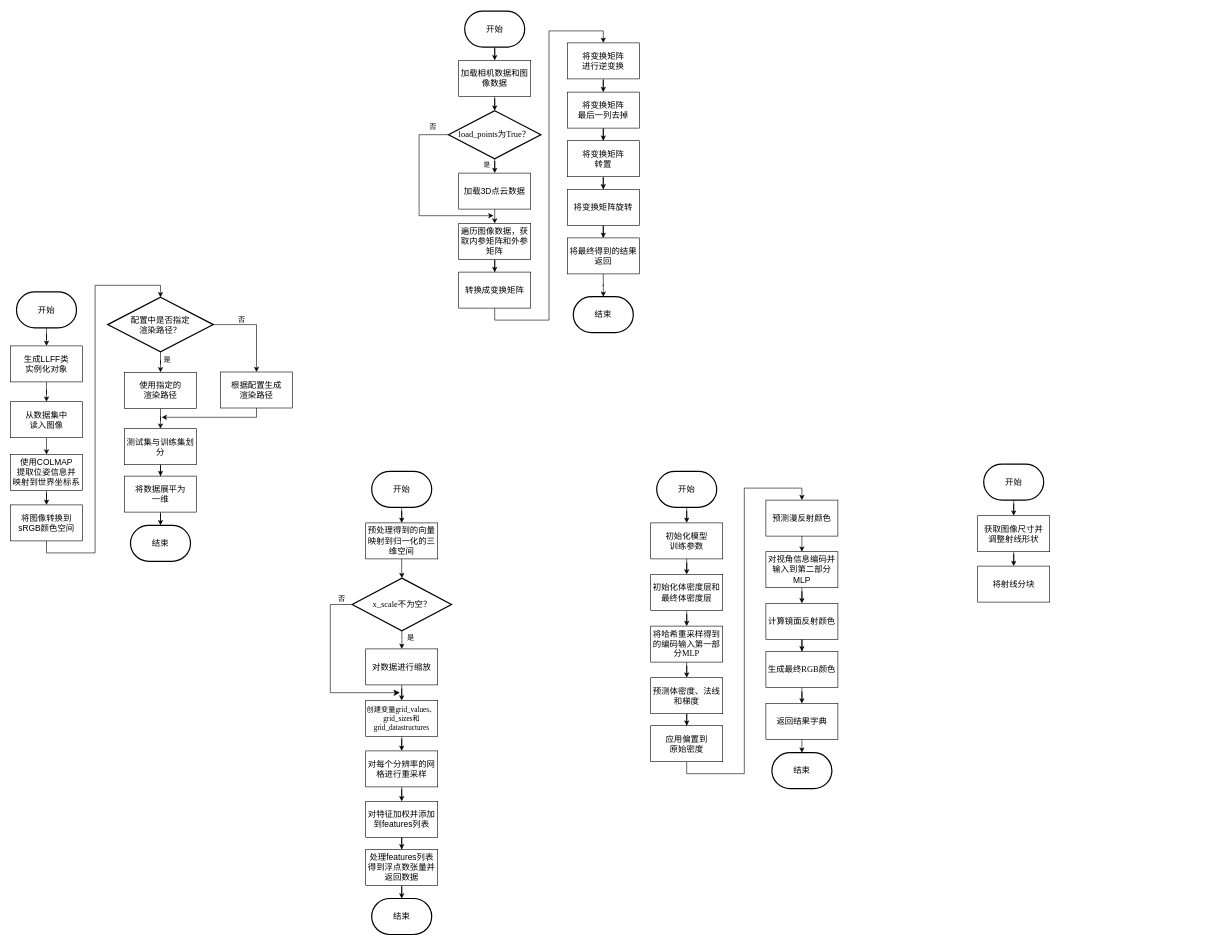
Before: page "流程图" (6 of 6) of drawIO/毕设.drawio in Flycan-Fanc/resources, a draw.io diagram. Source tidied: cells renumbered, new cells numbered last; positions are measured from the earlier drawing's top-left corner, leaving out a move shared by most shapes. Both pictures are drawn from the tidied source at 60%, with x=0, y=0 at pixel (10, 11).
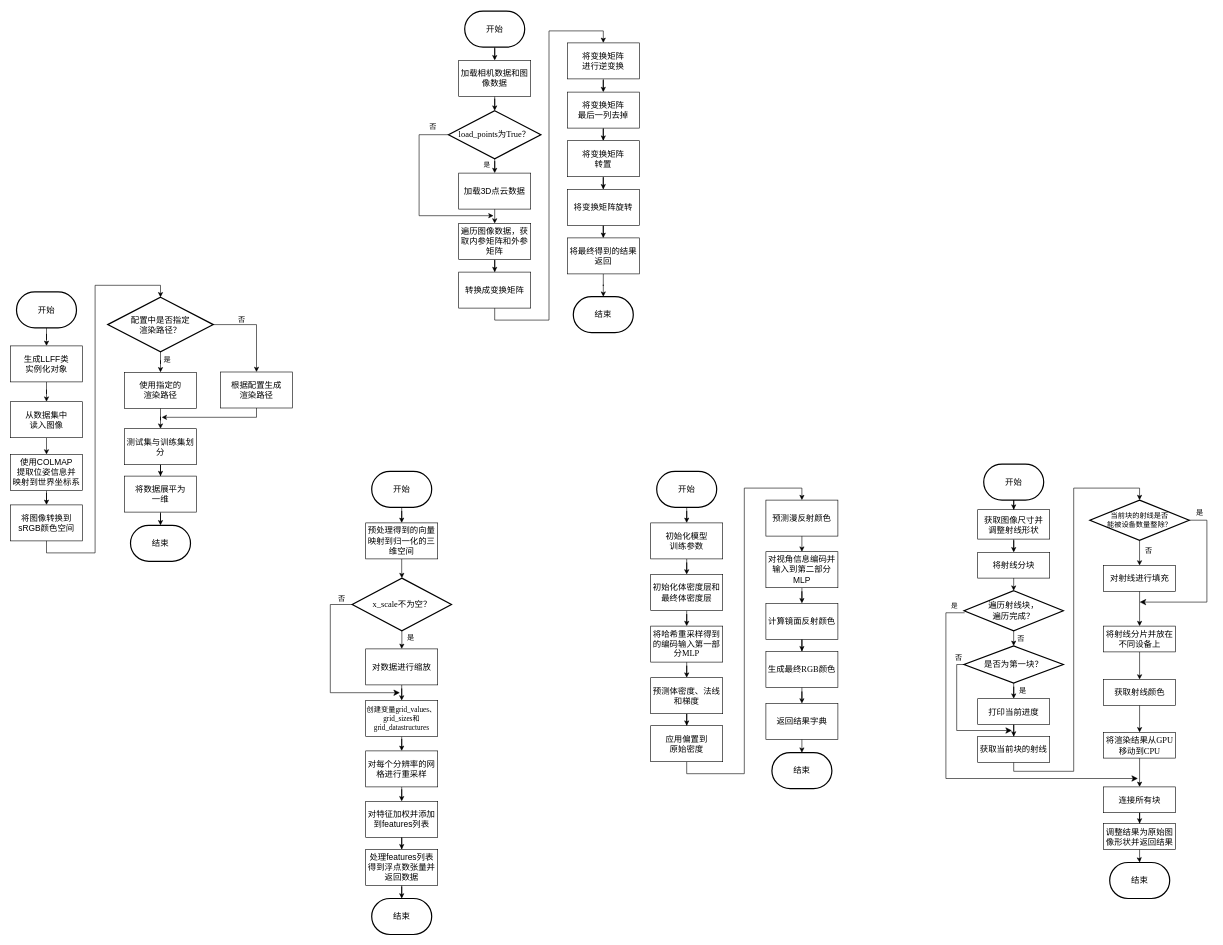
The same diagram, later.

The edit, as a diff of the source:
```diff
@@
     <mxCell id="98" value="&lt;font face=&quot;宋体&quot;&gt;&lt;span style=&quot;font-size: 14px;&quot;&gt;获取图像尺寸并&lt;/span&gt;&lt;/font&gt;&lt;div&gt;&lt;span style=&quot;font-size: 14px; font-family: 宋体; background-color: initial;&quot;&gt;调整射线形状&lt;/span&gt;&lt;/div&gt;" style="rounded=0;whiteSpace=wrap;html=1;" parent="1" vertex="1">
-      <mxGeometry x="1612" y="841" width="120" height="60" as="geometry" />
+      <mxGeometry x="1612" y="831" width="120" height="49" as="geometry" />
     </mxCell>
     <mxCell id="99" value="&lt;font face=&quot;宋体&quot;&gt;&lt;span style=&quot;font-size: 14px;&quot;&gt;将射线分块&lt;/span&gt;&lt;/font&gt;" style="rounded=0;whiteSpace=wrap;html=1;" parent="1" vertex="1">
-      <mxGeometry x="1612" y="925" width="120" height="60" as="geometry" />
+      <mxGeometry x="1612" y="902" width="120" height="43" as="geometry" />
     </mxCell>
+    <mxCell id="100" value="&lt;font face=&quot;Times New Roman&quot; style=&quot;font-size: 14px;&quot;&gt;遍历射线块，&lt;/font&gt;&lt;div&gt;&lt;font face=&quot;Times New Roman&quot; style=&quot;font-size: 14px;&quot;&gt;遍历完成？&lt;/font&gt;&lt;/div&gt;" style="strokeWidth=2;html=1;shape=mxgraph.flowchart.decision;whiteSpace=wrap;" parent="1" vertex="1">
+      <mxGeometry x="1589.2" y="966" width="165.5" height="67" as="geometry" />
+    </mxCell>
+    <mxCell id="101" style="edgeStyle=orthogonalEdgeStyle;rounded=0;jettySize=auto;html=1;exitX=0.5;exitY=1;exitDx=0;exitDy=0;entryX=0.5;entryY=0;entryDx=0;entryDy=0;entryPerimeter=0;" parent="1" edge="1" source="99" target="100">
+      <mxGeometry relative="1" as="geometry" />
+    </mxCell>
+    <mxCell id="102" style="edgeStyle=orthogonalEdgeStyle;rounded=0;jettySize=auto;html=1;exitX=0.5;exitY=1;exitDx=0;exitDy=0;exitPerimeter=0;" parent="1" edge="1" source="103" target="107">
+      <mxGeometry relative="1" as="geometry" />
+    </mxCell>
+    <mxCell id="103" value="&lt;font face=&quot;Times New Roman&quot;&gt;&lt;span style=&quot;font-size: 14px;&quot;&gt;是否为第一块？&lt;/span&gt;&lt;/font&gt;" style="strokeWidth=2;html=1;shape=mxgraph.flowchart.decision;whiteSpace=wrap;" parent="1" vertex="1">
+      <mxGeometry x="1589.2" y="1058" width="165.5" height="62" as="geometry" />
+    </mxCell>
+    <mxCell id="104" style="edgeStyle=orthogonalEdgeStyle;rounded=0;jettySize=auto;html=1;exitX=0.5;exitY=1;exitDx=0;exitDy=0;exitPerimeter=0;entryX=0.5;entryY=0;entryDx=0;entryDy=0;entryPerimeter=0;" parent="1" edge="1" source="100" target="103">
+      <mxGeometry relative="1" as="geometry" />
+    </mxCell>
+    <mxCell id="105" value="否" style="text;html=1;align=center;verticalAlign=middle;strokeColor=none;fillColor=none;" parent="1" vertex="1">
+      <mxGeometry x="1669" y="1033" width="30" height="26" as="geometry" />
+    </mxCell>
+    <mxCell id="106" style="edgeStyle=orthogonalEdgeStyle;rounded=0;jettySize=auto;html=1;exitX=0.5;exitY=1;exitDx=0;exitDy=0;" parent="1" edge="1" source="107" target="110">
+      <mxGeometry relative="1" as="geometry" />
+    </mxCell>
+    <mxCell id="107" value="&lt;font face=&quot;宋体&quot;&gt;&lt;span style=&quot;font-size: 14px;&quot;&gt;打印当前进度&lt;/span&gt;&lt;/font&gt;" style="rounded=0;whiteSpace=wrap;html=1;" parent="1" vertex="1">
+      <mxGeometry x="1612" y="1146" width="120" height="43" as="geometry" />
+    </mxCell>
+    <mxCell id="108" value="是" style="text;html=1;align=center;verticalAlign=middle;strokeColor=none;fillColor=none;" parent="1" vertex="1">
+      <mxGeometry x="1672" y="1120" width="30" height="26" as="geometry" />
+    </mxCell>
+    <mxCell id="109" style="edgeStyle=orthogonalEdgeStyle;rounded=0;jettySize=auto;html=1;exitX=0.5;exitY=1;exitDx=0;exitDy=0;entryX=0.5;entryY=0;entryDx=0;entryDy=0;entryPerimeter=0;" parent="1" edge="1" source="110" target="114">
+      <mxGeometry relative="1" as="geometry">
+        <Array as="points">
+          <mxPoint x="1672" y="1267" />
+          <mxPoint x="1772" y="1267" />
+          <mxPoint x="1772" y="795" />
+          <mxPoint x="1882" y="795" />
+        </Array>
+      </mxGeometry>
+    </mxCell>
+    <mxCell id="110" value="&lt;font face=&quot;宋体&quot;&gt;&lt;span style=&quot;font-size: 14px;&quot;&gt;获取当前块的射线&lt;/span&gt;&lt;/font&gt;" style="rounded=0;whiteSpace=wrap;html=1;" parent="1" vertex="1">
+      <mxGeometry x="1612" y="1209" width="120" height="43" as="geometry" />
+    </mxCell>
+    <mxCell id="111" style="edgeStyle=elbowEdgeStyle;elbow=horizontal;endArrow=classic;html=1;curved=0;rounded=0;endSize=8;startSize=8;exitX=0;exitY=0.5;exitDx=0;exitDy=0;exitPerimeter=0;" parent="1" edge="1" source="103">
+      <mxGeometry relative="1" as="geometry">
+        <mxPoint x="1669" y="1199" as="targetPoint" />
+        <Array as="points">
+          <mxPoint x="1577" y="1152" />
+        </Array>
+      </mxGeometry>
+    </mxCell>
+    <mxCell id="112" value="否" style="text;html=1;align=center;verticalAlign=middle;strokeColor=none;fillColor=none;" parent="1" vertex="1">
+      <mxGeometry x="1565" y="1065" width="30" height="26" as="geometry" />
+    </mxCell>
+    <mxCell id="113" style="edgeStyle=orthogonalEdgeStyle;rounded=0;jettySize=auto;html=1;exitX=0.5;exitY=1;exitDx=0;exitDy=0;exitPerimeter=0;" parent="1" edge="1" source="114" target="116">
+      <mxGeometry relative="1" as="geometry" />
+    </mxCell>
+    <mxCell id="114" value="&lt;font style=&quot;font-size: 12px;&quot; face=&quot;Times New Roman&quot;&gt;当前块的射线是否&lt;/font&gt;&lt;div&gt;&lt;font style=&quot;font-size: 12px;&quot; face=&quot;Times New Roman&quot;&gt;能被设备数量整除？&lt;/font&gt;&lt;/div&gt;" style="strokeWidth=2;html=1;shape=mxgraph.flowchart.decision;whiteSpace=wrap;" parent="1" vertex="1">
+      <mxGeometry x="1799" y="815" width="165.5" height="67" as="geometry" />
+    </mxCell>
+    <mxCell id="115" style="edgeStyle=orthogonalEdgeStyle;rounded=0;jettySize=auto;html=1;exitX=0.5;exitY=1;exitDx=0;exitDy=0;entryX=0.5;entryY=0;entryDx=0;entryDy=0;" parent="1" edge="1" source="116" target="119">
+      <mxGeometry relative="1" as="geometry" />
+    </mxCell>
+    <mxCell id="116" value="&lt;font face=&quot;宋体&quot;&gt;&lt;span style=&quot;font-size: 14px;&quot;&gt;对射线进行填充&lt;/span&gt;&lt;/font&gt;" style="rounded=0;whiteSpace=wrap;html=1;" parent="1" vertex="1">
+      <mxGeometry x="1821.8" y="924" width="120" height="43" as="geometry" />
+    </mxCell>
+    <mxCell id="117" value="否" style="text;html=1;align=center;verticalAlign=middle;strokeColor=none;fillColor=none;" parent="1" vertex="1">
+      <mxGeometry x="1882" y="887" width="30" height="26" as="geometry" />
+    </mxCell>
+    <mxCell id="118" style="edgeStyle=orthogonalEdgeStyle;rounded=0;jettySize=auto;html=1;exitX=0.5;exitY=1;exitDx=0;exitDy=0;" parent="1" edge="1" source="119" target="121">
+      <mxGeometry relative="1" as="geometry" />
+    </mxCell>
+    <mxCell id="119" value="&lt;font face=&quot;宋体&quot;&gt;&lt;span style=&quot;font-size: 14px;&quot;&gt;将射线分片并放在不同设备上&lt;/span&gt;&lt;/font&gt;" style="rounded=0;whiteSpace=wrap;html=1;" parent="1" vertex="1">
+      <mxGeometry x="1821.8" y="1025" width="120" height="43" as="geometry" />
+    </mxCell>
+    <mxCell id="120" style="edgeStyle=orthogonalEdgeStyle;rounded=0;jettySize=auto;html=1;exitX=0.5;exitY=1;exitDx=0;exitDy=0;" parent="1" edge="1" source="121" target="123">
+      <mxGeometry relative="1" as="geometry" />
+    </mxCell>
+    <mxCell id="121" value="&lt;font face=&quot;宋体&quot;&gt;&lt;span style=&quot;font-size: 14px;&quot;&gt;获取射线颜色&lt;/span&gt;&lt;/font&gt;" style="rounded=0;whiteSpace=wrap;html=1;" parent="1" vertex="1">
+      <mxGeometry x="1821.8" y="1114" width="120" height="43" as="geometry" />
+    </mxCell>
+    <mxCell id="122" style="edgeStyle=orthogonalEdgeStyle;rounded=0;jettySize=auto;html=1;exitX=0.5;exitY=1;exitDx=0;exitDy=0;entryX=0.5;entryY=0;entryDx=0;entryDy=0;" parent="1" edge="1" source="123" target="127">
+      <mxGeometry relative="1" as="geometry" />
+    </mxCell>
+    <mxCell id="123" value="&lt;span style=&quot;font-size: 14px;&quot;&gt;&lt;font face=&quot;宋体&quot;&gt;将渲染结果从&lt;/font&gt;&lt;font face=&quot;Times New Roman&quot;&gt;GPU&lt;/font&gt;&lt;font face=&quot;宋体&quot;&gt;移动到&lt;/font&gt;&lt;font face=&quot;Times New Roman&quot;&gt;CPU&lt;/font&gt;&lt;/span&gt;" style="rounded=0;whiteSpace=wrap;html=1;" parent="1" vertex="1">
+      <mxGeometry x="1821.8" y="1202" width="120" height="43" as="geometry" />
+    </mxCell>
+    <mxCell id="124" style="edgeStyle=elbowEdgeStyle;elbow=horizontal;endArrow=classic;html=1;curved=0;rounded=0;endSize=8;startSize=8;exitX=1;exitY=0.5;exitDx=0;exitDy=0;exitPerimeter=0;" parent="1" edge="1" source="114">
+      <mxGeometry relative="1" as="geometry">
+        <mxPoint x="1882" y="985" as="targetPoint" />
+        <Array as="points">
+          <mxPoint x="1994" y="917" />
+        </Array>
+      </mxGeometry>
+    </mxCell>
+    <mxCell id="125" value="是" style="text;html=1;align=center;verticalAlign=middle;strokeColor=none;fillColor=none;" parent="1" vertex="1">
+      <mxGeometry x="1967" y="823" width="30" height="26" as="geometry" />
+    </mxCell>
+    <mxCell id="126" style="edgeStyle=orthogonalEdgeStyle;rounded=0;jettySize=auto;html=1;exitX=0.5;exitY=1;exitDx=0;exitDy=0;" parent="1" edge="1" source="127" target="131">
+      <mxGeometry relative="1" as="geometry" />
+    </mxCell>
+    <mxCell id="127" value="&lt;span style=&quot;font-size: 14px;&quot;&gt;&lt;font face=&quot;宋体&quot;&gt;连接所有块&lt;/font&gt;&lt;/span&gt;" style="rounded=0;whiteSpace=wrap;html=1;" parent="1" vertex="1">
+      <mxGeometry x="1821.8" y="1293" width="120" height="43" as="geometry" />
+    </mxCell>
+    <mxCell id="128" style="edgeStyle=elbowEdgeStyle;elbow=horizontal;endArrow=classic;html=1;curved=0;rounded=0;endSize=8;startSize=8;exitX=0;exitY=0.5;exitDx=0;exitDy=0;exitPerimeter=0;" parent="1" edge="1">
+      <mxGeometry relative="1" as="geometry">
+        <mxPoint x="1590.2" y="1002.8" as="sourcePoint" />
+        <mxPoint x="1879" y="1279" as="targetPoint" />
+        <Array as="points">
+          <mxPoint x="1559" y="1151.5" />
+        </Array>
+      </mxGeometry>
+    </mxCell>
+    <mxCell id="129" value="是" style="edgeLabel;html=1;align=center;verticalAlign=middle;" parent="128" vertex="1">
+      <mxGeometry x="-0.95" y="-4" relative="1" as="geometry">
+        <mxPoint x="-2" y="-8" as="offset" />
+      </mxGeometry>
+    </mxCell>
+    <mxCell id="130" style="edgeStyle=orthogonalEdgeStyle;rounded=0;jettySize=auto;html=1;exitX=0.5;exitY=1;exitDx=0;exitDy=0;" parent="1" edge="1" source="131" target="132">
+      <mxGeometry relative="1" as="geometry" />
+    </mxCell>
+    <mxCell id="131" value="&lt;span style=&quot;font-size: 14px;&quot;&gt;&lt;font face=&quot;宋体&quot;&gt;调整结果为原始图像形状并返回结果&lt;/font&gt;&lt;/span&gt;" style="rounded=0;whiteSpace=wrap;html=1;" parent="1" vertex="1">
+      <mxGeometry x="1821.8" y="1354" width="120" height="43" as="geometry" />
+    </mxCell>
+    <mxCell id="132" value="&lt;font face=&quot;宋体&quot; style=&quot;font-size: 14px;&quot;&gt;结束&lt;/font&gt;" style="strokeWidth=2;html=1;shape=mxgraph.flowchart.terminator;whiteSpace=wrap;" parent="1" vertex="1">
+      <mxGeometry x="1832" y="1419" width="100" height="60" as="geometry" />
+    </mxCell>
```
